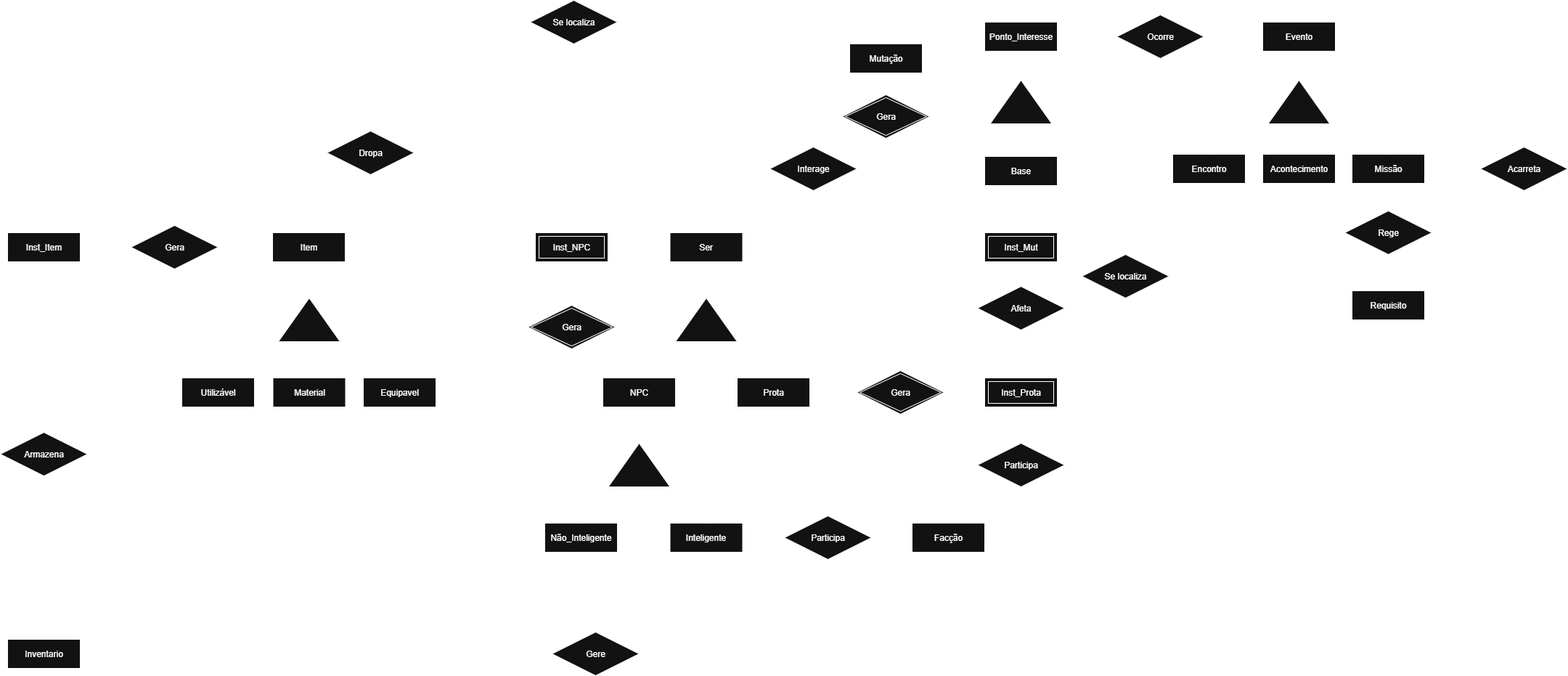
The draw.io diagram docs/DER/DER.png in EnzoEmir/Terra_Abrasada, before a commit. Source tidied: cells renumbered, new cells last; positions are measured from the earlier drawing's top-left corner, leaving out a move shared by most shapes.
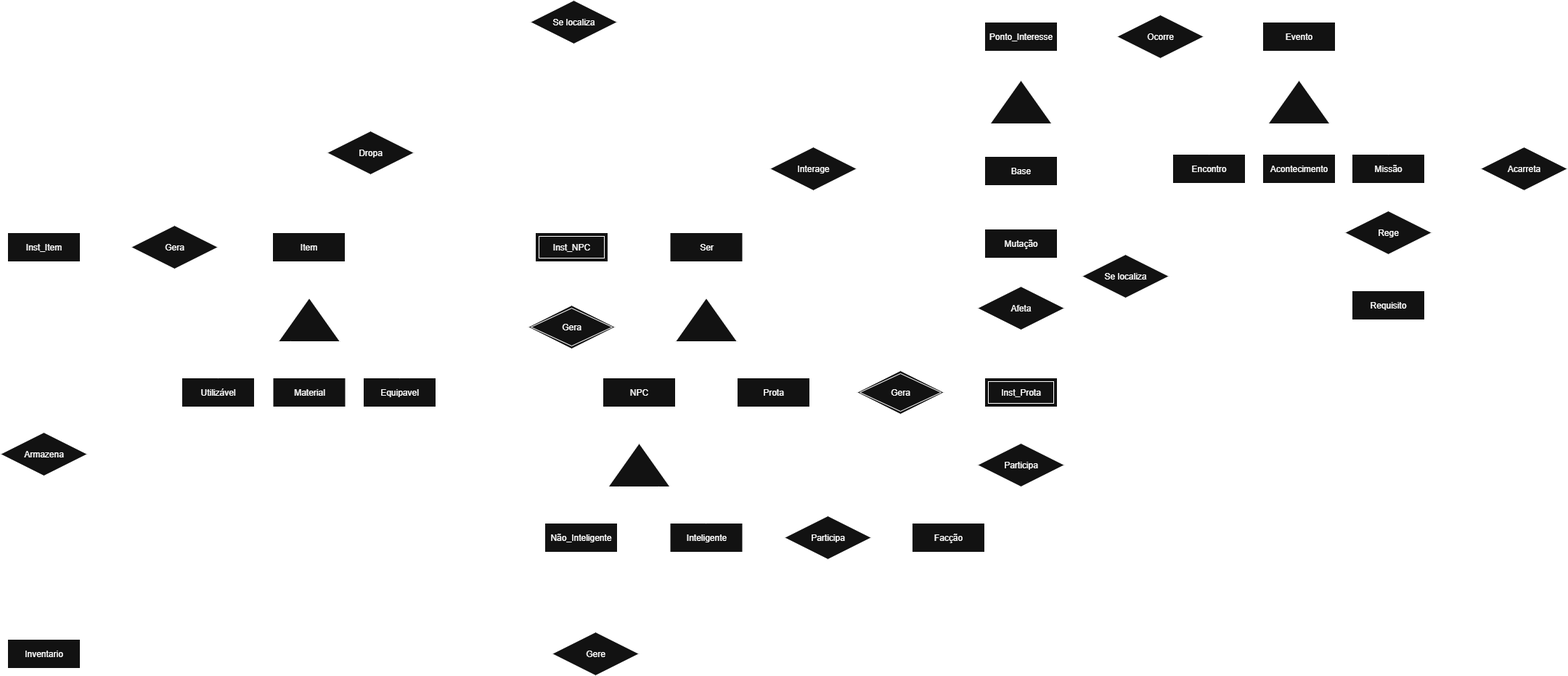
The same file after the commit.

Commit message:
fix: Simplificação do DER

Change to the diagram source:
```diff
@@ -128,13 +128,8 @@
       <mxGeometry relative="1" as="geometry" />
     </mxCell>
     <mxCell id="41" value="Mutação" style="whiteSpace=wrap;html=1;align=center;" parent="1" vertex="1">
-      <mxGeometry x="1170" y="60" width="100" height="40" as="geometry" />
+      <mxGeometry x="1356" y="315" width="100" height="40" as="geometry" />
     </mxCell>
-    <mxCell id="42" style="endArrow=none;html=1;rounded=0;entryX=0.5;entryY=1;entryDx=0;entryDy=0;exitX=0.5;exitY=0;exitDx=0;exitDy=0;" parent="1" edge="1" target="41">
-      <mxGeometry relative="1" as="geometry">
-        <mxPoint x="1220" y="130" as="sourcePoint" />
-      </mxGeometry>
-    </mxCell>
     <mxCell id="43" value="Inventario" style="whiteSpace=wrap;html=1;align=center;" parent="1" vertex="1">
       <mxGeometry x="10" y="880" width="100" height="40" as="geometry" />
     </mxCell>
@@ -339,20 +334,6 @@
     <mxCell id="95" value="Dropa" style="shape=rhombus;perimeter=rhombusPerimeter;whiteSpace=wrap;html=1;align=center;" parent="1" vertex="1">
       <mxGeometry x="450" y="180" width="120" height="60" as="geometry" />
     </mxCell>
-    <mxCell id="96" value="Gera" style="shape=rhombus;double=1;perimeter=rhombusPerimeter;whiteSpace=wrap;html=1;align=center;" parent="1" vertex="1">
-      <mxGeometry x="1160" y="130" width="120" height="60" as="geometry" />
-    </mxCell>
-    <mxCell id="97" value="Inst_Mut" style="shape=ext;margin=3;double=1;whiteSpace=wrap;html=1;align=center;" parent="1" vertex="1">
-      <mxGeometry x="1356" y="320" width="100" height="40" as="geometry" />
-    </mxCell>
-    <mxCell id="98" style="shape=link;html=1;rounded=0;exitX=1;exitY=0.5;exitDx=0;exitDy=0;entryX=0;entryY=0.5;entryDx=0;entryDy=0;" parent="1" edge="1" source="96" target="97">
-      <mxGeometry relative="1" as="geometry">
-        <Array as="points">
-          <mxPoint x="1320" y="160" />
-          <mxPoint x="1320" y="340" />
-        </Array>
-      </mxGeometry>
-    </mxCell>
     <mxCell id="99" value="(T,E)" style="text;html=1;align=center;verticalAlign=middle;whiteSpace=wrap;rounded=0;" parent="1" vertex="1">
       <mxGeometry x="1792" y="80" width="60" height="30" as="geometry" />
     </mxCell>
@@ -398,12 +379,6 @@
     <mxCell id="113" value="N" style="text;html=1;align=center;verticalAlign=middle;strokeColor=none;fillColor=none;" parent="1" vertex="1">
       <mxGeometry x="1050" y="232" width="30" height="30" as="geometry" />
     </mxCell>
-    <mxCell id="114" value="N" style="text;html=1;align=center;verticalAlign=middle;strokeColor=none;fillColor=none;" parent="1" vertex="1">
-      <mxGeometry x="1180" y="110" width="30" height="30" as="geometry" />
-    </mxCell>
-    <mxCell id="115" value="N" style="text;html=1;align=center;verticalAlign=middle;strokeColor=none;fillColor=none;" parent="1" vertex="1">
-      <mxGeometry x="1260" y="170" width="30" height="30" as="geometry" />
-    </mxCell>
     <mxCell id="116" value="1" style="text;html=1;align=center;verticalAlign=middle;strokeColor=none;fillColor=none;" parent="1" vertex="1">
       <mxGeometry x="1170" y="550" width="30" height="30" as="geometry" />
     </mxCell>
```
